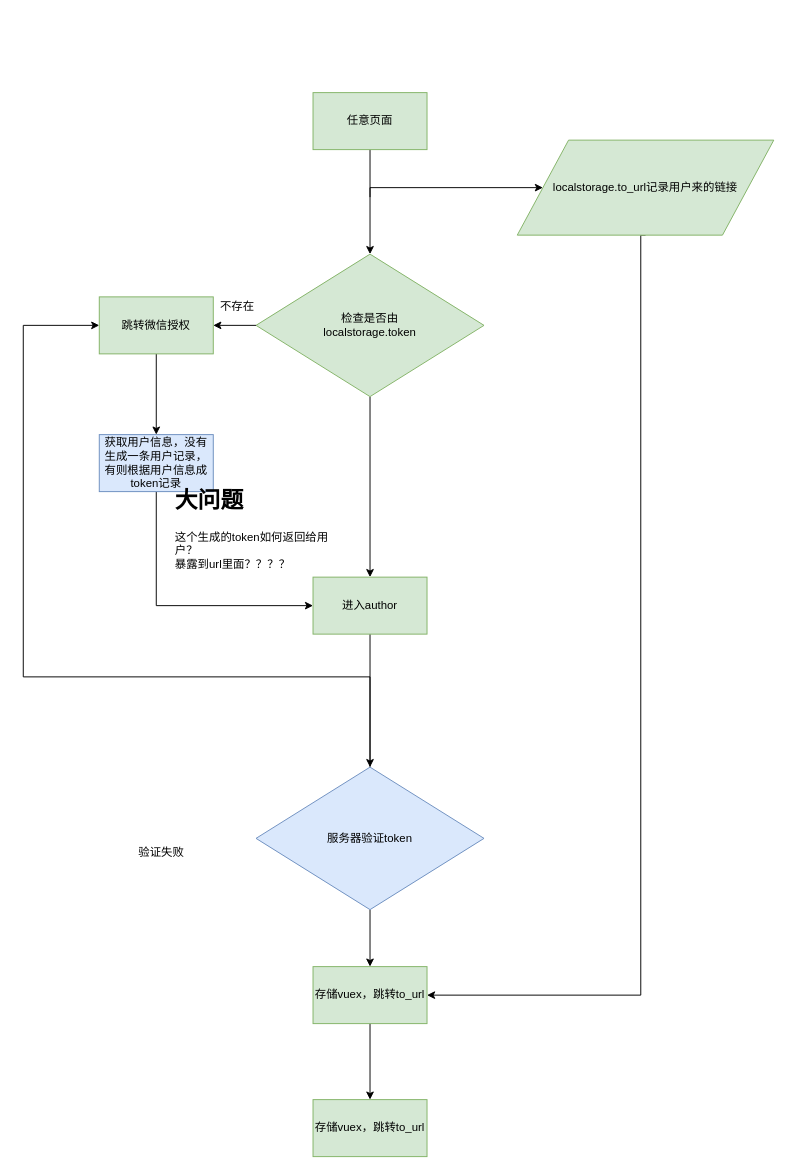
Above: wechatAuthor.drawio in maclxf/ProjectDraw (draw.io), before the change. Source tidied: cells renumbered, new cells numbered last; positions are measured from the earlier drawing's top-left corner, leaving out a move shared by most shapes. Both pictures are drawn from the tidied source at 95%, with x=0, y=0 at pixel (23, 92).
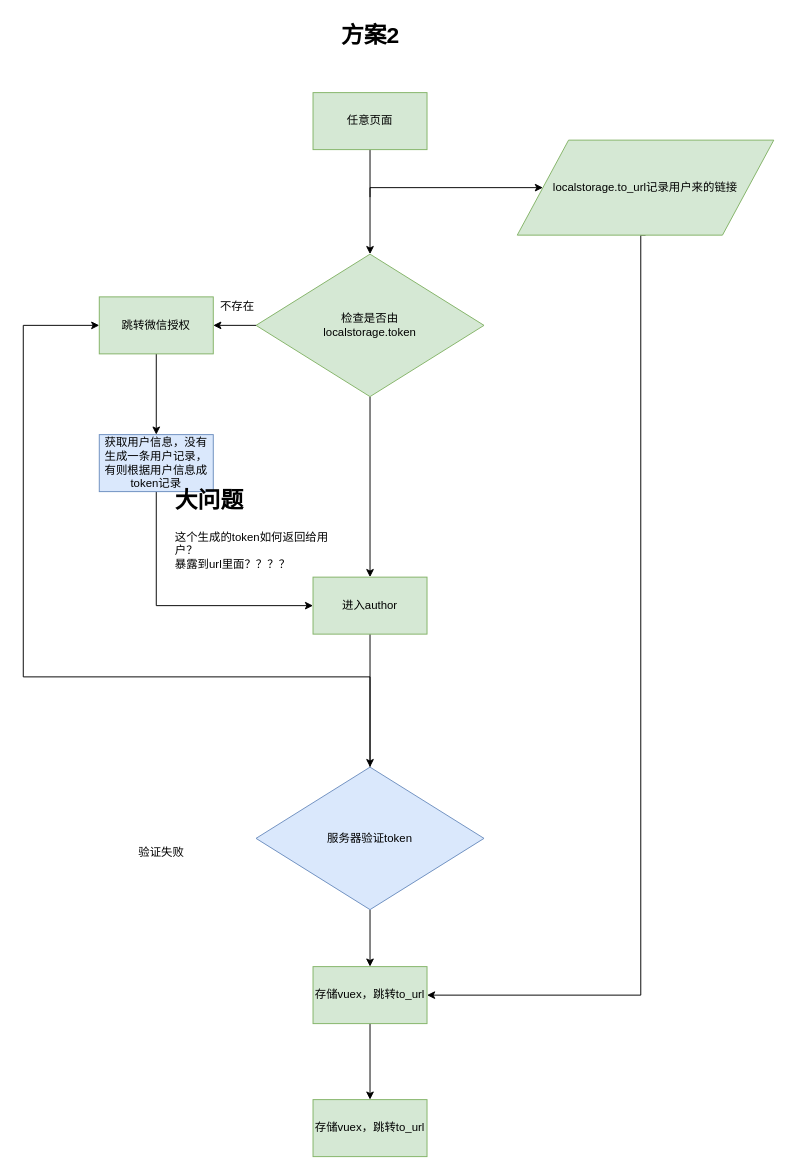
The same page after the edit.

Diff of the diagram source:
```diff
@@
+    <mxCell id="26" value="方案2" style="text;strokeColor=none;fillColor=none;html=1;fontSize=24;fontStyle=1;verticalAlign=middle;align=center;" parent="1" vertex="1">
+      <mxGeometry x="315" y="-80" width="100" height="40" as="geometry" />
+    </mxCell>
```
